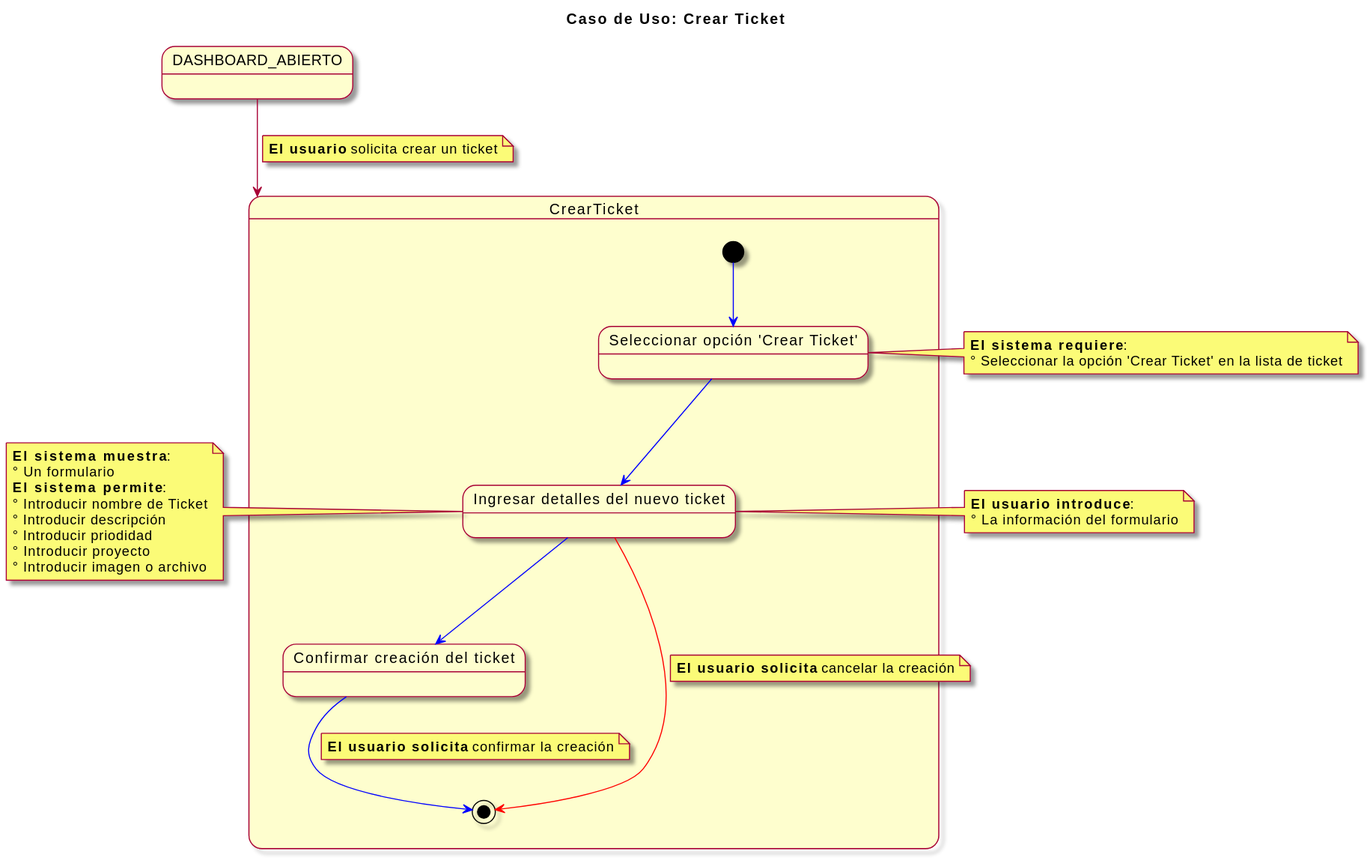
mmasias/23-24-IdSw1-SDR keeps this PlantUML diagram as imagenes/modelosUML/CDUCrearTicket.svg. Above is the earlier version.
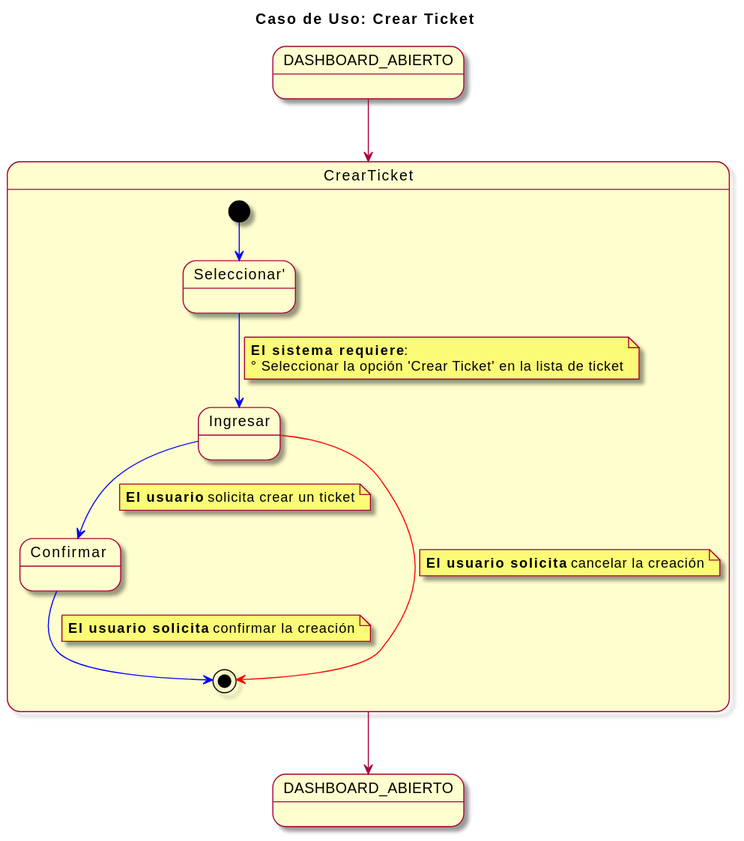
Above is the later version.

What changed in the source:
```diff
@@ -2,43 +2,29 @@
 skin rose
 title Caso de Uso: Crear Ticket
 
-state DASHBOARD_ABIERTO
+state "DASHBOARD_ABIERTO" as DASHBOARD_ABIERTO2
 
 DASHBOARD_ABIERTO --> CrearTicket
-note on link: **El usuario** solicita crear un ticket
+CrearTicket --> DASHBOARD_ABIERTO2
+
 
 state CrearTicket {
   [*] -[#blue]-> seleccionarOpcionCrear
-  state "Seleccionar opción 'Crear Ticket'" as seleccionarOpcionCrear
+  state "Seleccionar'" as seleccionarOpcionCrear
   seleccionarOpcionCrear -[#blue]-> ingresarDetallesTicket
-  state "Ingresar detalles del nuevo ticket" as ingresarDetallesTicket
+note on link
+  **El sistema requiere**:
+  ° Seleccionar la opción 'Crear Ticket' en la lista de ticket
+end note
+  state "Ingresar" as ingresarDetallesTicket
   ingresarDetallesTicket -[#blue]-> confirmarCreacionTicket
-  state "Confirmar creación del ticket" as confirmarCreacionTicket
+  note on link: **El usuario** solicita crear un ticket
+
+  state "Confirmar " as confirmarCreacionTicket
   confirmarCreacionTicket -[#blue]-> [*]
   note on link: **El usuario solicita** confirmar la creación
 
   ingresarDetallesTicket -[#red]-> [*]
   note on link: **El usuario solicita** cancelar la creación
 }
-
-note left of ingresarDetallesTicket
-  **El sistema muestra**:
-  ° Un formulario
-  **El sistema permite**:
-  ° Introducir nombre de Ticket
-  ° Introducir descripción
-  ° Introducir priodidad
-  ° Introducir proyecto
-  ° Introducir imagen o archivo
-end note
-
-note right of ingresarDetallesTicket
-  **El usuario introduce**:
-  ° La información del formulario
-end note
-
-note left of seleccionarOpcionCrear
-  **El sistema requiere**:
-  ° Seleccionar la opción 'Crear Ticket' en la lista de ticket
-end note
 @enduml
```
